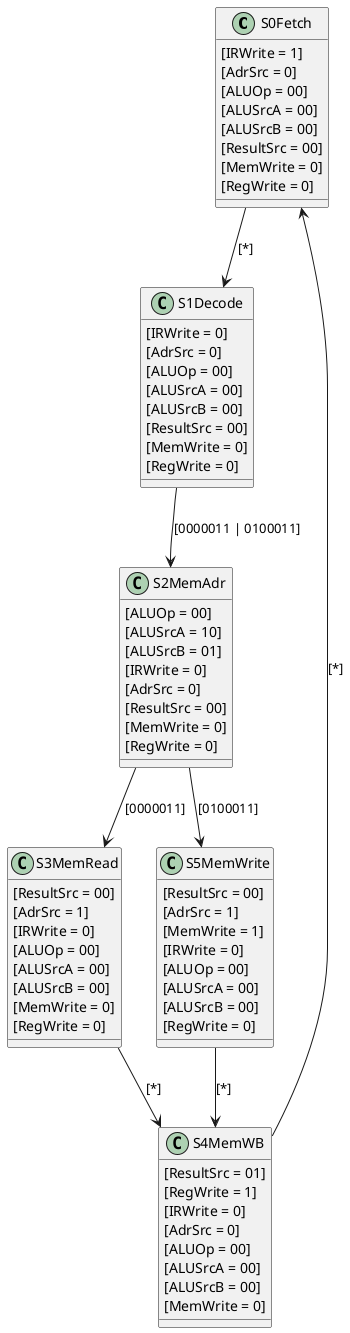
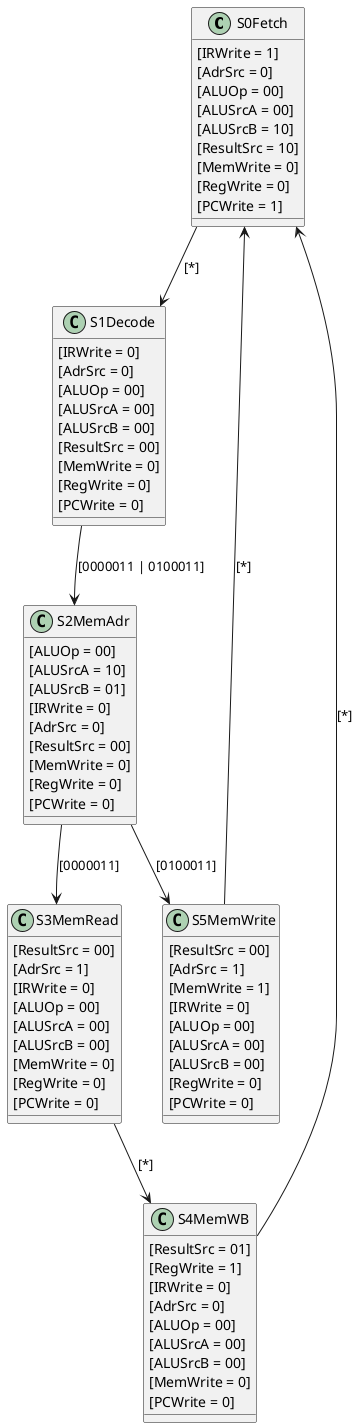
@startuml ttt


S0Fetch --> S1Decode : [*]
S0Fetch : [IRWrite = 1]
S0Fetch : [AdrSrc = 0]

S0Fetch : [ALUOp = 00]
S0Fetch : [ALUSrcA = 00]
- S0Fetch : [ALUSrcB = 00]
- S0Fetch : [ResultSrc = 00]
+ S0Fetch : [ALUSrcB = 10]
+ S0Fetch : [ResultSrc = 10]
S0Fetch : [MemWrite = 0]
S0Fetch : [RegWrite = 0]
+ S0Fetch : [PCWrite = 1]






S1Decode --> S2MemAdr : [0000011 | 0100011]
S1Decode : [IRWrite = 0]
S1Decode : [AdrSrc = 0]
S1Decode : [ALUOp = 00]
S1Decode : [ALUSrcA = 00]
S1Decode : [ALUSrcB = 00]
S1Decode : [ResultSrc = 00]
S1Decode : [MemWrite = 0]
S1Decode : [RegWrite = 0]
+ S1Decode : [PCWrite = 0]



S2MemAdr --> S3MemRead : [0000011]
S2MemAdr --> S5MemWrite : [0100011]
S2MemAdr : [ALUOp = 00]
S2MemAdr : [ALUSrcA = 10]
S2MemAdr : [ALUSrcB = 01]

S2MemAdr : [IRWrite = 0]
S2MemAdr : [AdrSrc = 0]
S2MemAdr : [ResultSrc = 00]
S2MemAdr : [MemWrite = 0]
S2MemAdr : [RegWrite = 0]
+ S2MemAdr : [PCWrite = 0]



S3MemRead --> S4MemWB : [*]
S3MemRead : [ResultSrc = 00]
S3MemRead : [AdrSrc = 1]
S3MemRead : [IRWrite = 0]
S3MemRead : [ALUOp = 00]
S3MemRead : [ALUSrcA = 00]
S3MemRead : [ALUSrcB = 00]
S3MemRead : [MemWrite = 0]
S3MemRead : [RegWrite = 0]
+ S3MemRead : [PCWrite = 0]






- S5MemWrite --> S4MemWB : [*]
+ S5MemWrite --> S0Fetch : [*]
S5MemWrite : [ResultSrc = 00]
S5MemWrite : [AdrSrc = 1]
S5MemWrite : [MemWrite = 1]

S5MemWrite : [IRWrite = 0]
S5MemWrite : [ALUOp = 00]
S5MemWrite : [ALUSrcA = 00]
S5MemWrite : [ALUSrcB = 00]
S5MemWrite : [RegWrite = 0]
+ S5MemWrite : [PCWrite = 0]



S4MemWB --> S0Fetch : [*]
S4MemWB : [ResultSrc = 01]
S4MemWB : [RegWrite = 1]


+ 
S4MemWB : [IRWrite = 0]
S4MemWB : [AdrSrc = 0]
S4MemWB : [ALUOp = 00]
S4MemWB : [ALUSrcA = 00]
S4MemWB : [ALUSrcB = 00]
S4MemWB : [MemWrite = 0]
+ S4MemWB : [PCWrite = 0]
@enduml